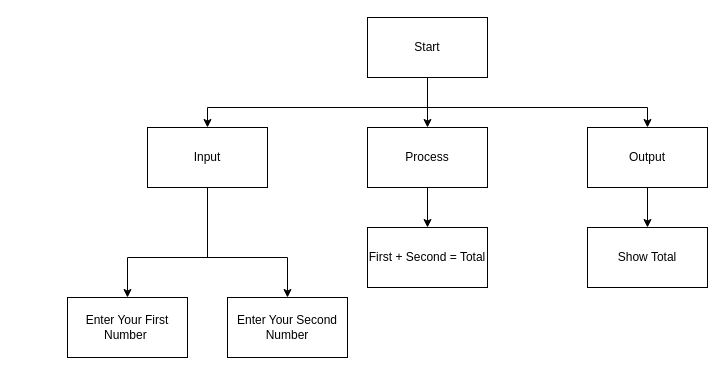
The draw.io diagram TopDown.Drawio in JacksonNaufal/ICS3U-Assignment-1-Python, before the edit. Source tidied: cells renumbered, new cells numbered last; positions are measured from the earlier drawing's top-left corner, leaving out a move shared by most shapes. Both pictures are drawn from the tidied source at 100%, with x=0, y=0 at pixel (67, 17).
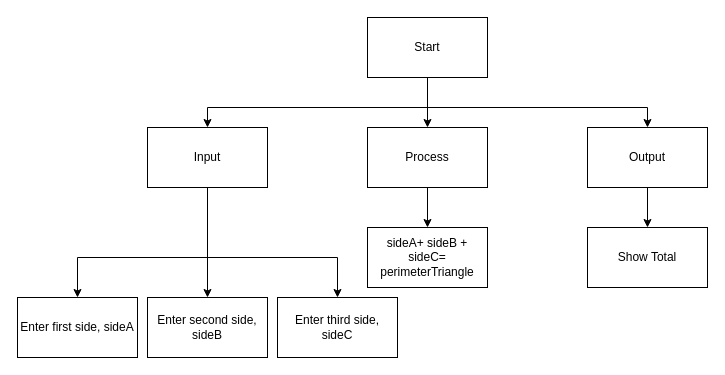
The same page after the edit.

The change refers to these unchanged cells:
```xml
<mxCell id="6" value="Input" style="rounded=0;whiteSpace=wrap;html=1;" parent="1" vertex="1">
  <mxGeometry x="80" y="110" width="120" height="60" as="geometry" />
</mxCell>
```

Change to the diagram source:
```diff
@@
+    <mxCell id="19" style="edgeStyle=none;html=1;entryX=0.5;entryY=0;entryDx=0;entryDy=0;" parent="1" edge="1" source="6" target="20">
+      <mxGeometry relative="1" as="geometry" />
+    </mxCell>
@@
-    <mxCell id="11" value="Enter Your First Number&amp;nbsp;" style="rounded=0;whiteSpace=wrap;html=1;" parent="1" vertex="1">
-      <mxGeometry y="280" width="120" height="60" as="geometry" />
+    <mxCell id="11" value="Enter first side, sideA" style="rounded=0;whiteSpace=wrap;html=1;" parent="1" vertex="1">
+      <mxGeometry x="-50" y="280" width="120" height="60" as="geometry" />
     </mxCell>
-    <mxCell id="12" value="Enter Your Second Number" style="rounded=0;whiteSpace=wrap;html=1;" parent="1" vertex="1">
-      <mxGeometry x="160" y="280" width="120" height="60" as="geometry" />
+    <mxCell id="12" value="Enter third side, sideC" style="rounded=0;whiteSpace=wrap;html=1;" parent="1" vertex="1">
+      <mxGeometry x="210" y="280" width="120" height="60" as="geometry" />
     </mxCell>
-    <mxCell id="13" value="First + Second = Total" style="rounded=0;whiteSpace=wrap;html=1;" parent="1" vertex="1">
+    <mxCell id="13" value="sideA+ sideB + sideC= perimeterTriangle" style="rounded=0;whiteSpace=wrap;html=1;" parent="1" vertex="1">
       <mxGeometry x="300" y="210" width="120" height="60" as="geometry" />
     </mxCell>
@@
     <mxCell id="16" style="endArrow=classic;html=1;rounded=0;entryX=0.5;entryY=0;entryDx=0;entryDy=0;" parent="1" edge="1" target="12">
       <mxGeometry relative="1" as="geometry">
-        <mxPoint x="220" y="240" as="sourcePoint" />
+        <mxPoint x="270" y="240" as="sourcePoint" />
       </mxGeometry>
     </mxCell>
     <mxCell id="17" style="endArrow=classic;html=1;rounded=0;entryX=0.5;entryY=0;entryDx=0;entryDy=0;" parent="1" edge="1" target="11">
       <mxGeometry relative="1" as="geometry">
-        <mxPoint x="60" y="240" as="sourcePoint" />
+        <mxPoint x="10" y="240" as="sourcePoint" />
       </mxGeometry>
     </mxCell>
     <mxCell id="18" style="endArrow=none;html=1;rounded=0;" parent="1" edge="1">
       <mxGeometry relative="1" as="geometry">
-        <mxPoint x="60" y="240" as="sourcePoint" />
-        <mxPoint x="220" y="240" as="targetPoint" />
+        <mxPoint x="10" y="240" as="sourcePoint" />
+        <mxPoint x="270" y="240" as="targetPoint" />
       </mxGeometry>
     </mxCell>
+    <mxCell id="20" value="Enter second side, sideB" style="rounded=0;whiteSpace=wrap;html=1;" parent="1" vertex="1">
+      <mxGeometry x="80" y="280" width="120" height="60" as="geometry" />
+    </mxCell>
```
